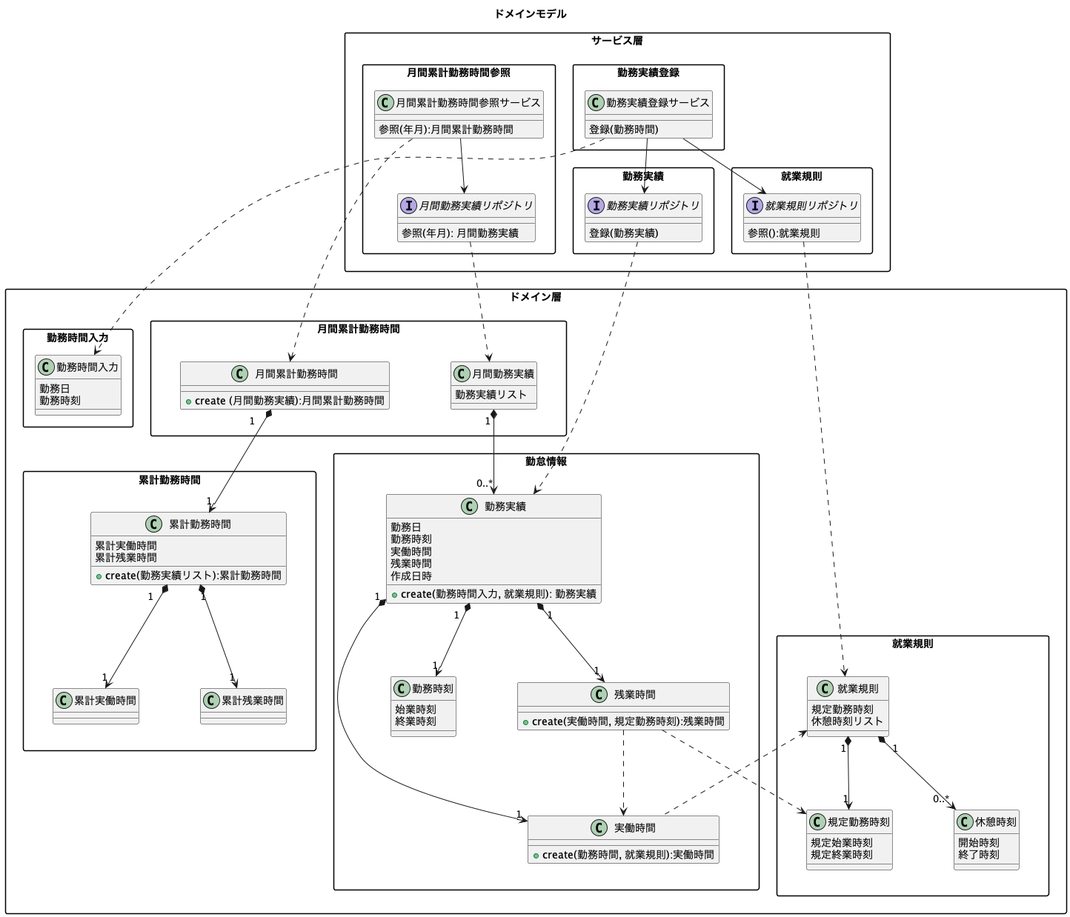
biglobe-isp/kintai keeps this PlantUML diagram as etc/design/domainmodel/kintai.png. Above is the earlier version.
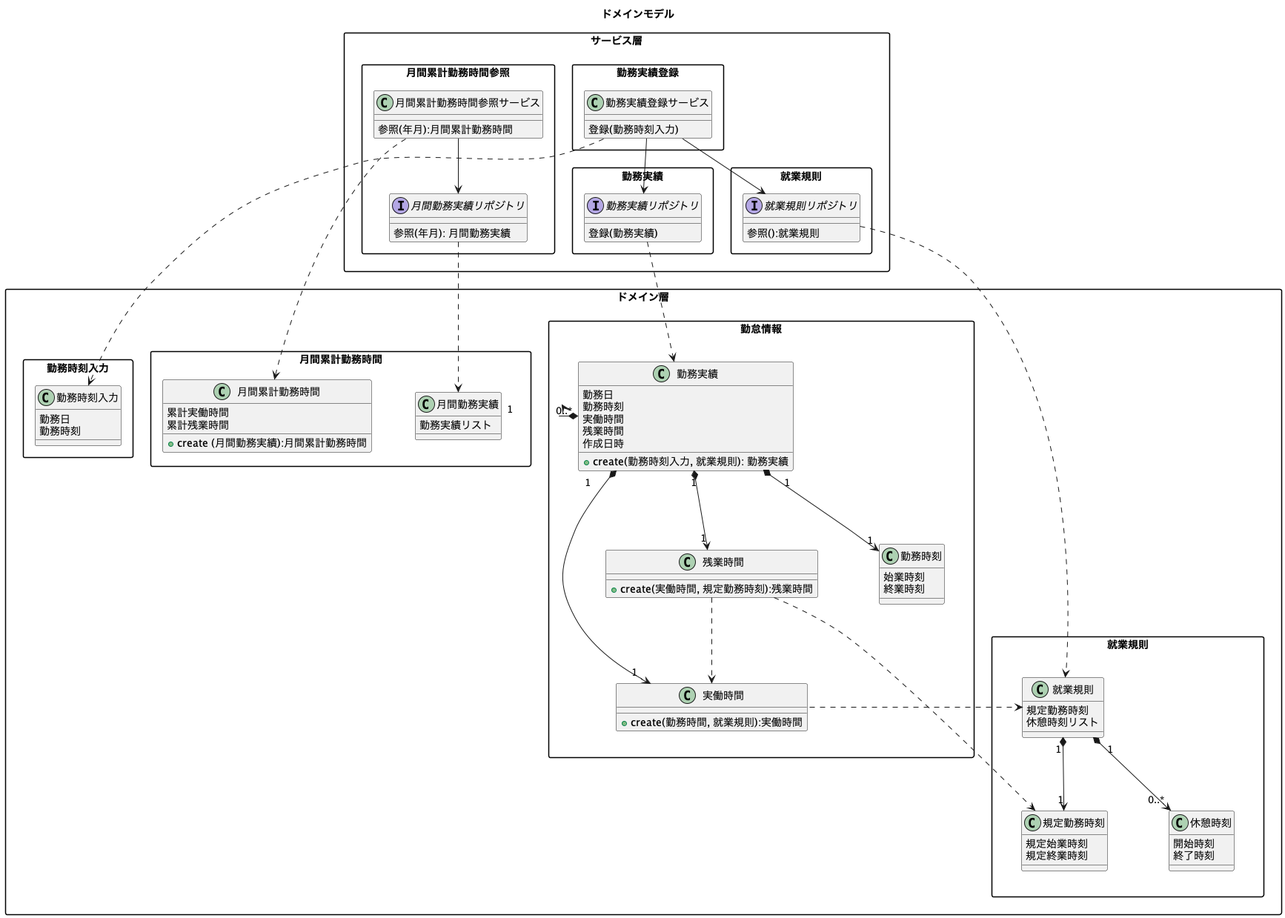
The same file after the commit.

Diff of the diagram source:
```diff
@@ -11,7 +11,7 @@
   }
   package 勤務実績登録 {
     class 勤務実績登録サービス {
-      登録(勤務時間)
+      登録(勤務時刻入力)
     }
   }
 
@@ -46,7 +46,7 @@
       実働時間
       残業時間
       作成日時
-      + create(勤務時間入力, 就業規則): 勤務実績
+      + create(勤務時刻入力, 就業規則): 勤務実績
     }
 
     class 実働時間 {
@@ -56,10 +56,6 @@
     class 残業時間 {
       + create(実働時間, 規定勤務時刻):残業時間
     }
-
-
-
-
   }
 
   package 就業規則 {
@@ -80,27 +76,20 @@
 
   }
 
-  package 勤務時間入力 {
-    class 勤務時間入力 {
+  package 勤務時刻入力 {
+    class 勤務時刻入力 {
       勤務日
       勤務時刻
     }
   }
 
-  package 累計勤務時間{
 
-    class 累計勤務時間 {
-      累計実働時間
-      累計残業時間
-      + create(勤務実績リスト):累計勤務時間
-    }
 
-    class 累計実働時間 {}
-    class 累計残業時間 {}
-  }
 
   package 月間累計勤務時間{
     class 月間累計勤務時間 {
+      累計実働時間
+      累計残業時間
       + create (月間勤務実績):月間累計勤務時間
     }
 
@@ -112,7 +101,7 @@
 }
 
 
-勤務実績登録サービス ..> 勤務時間入力
+勤務実績登録サービス ..> 勤務時刻入力
 勤務実績登録サービス --> 勤務実績リポジトリ
 勤務実績リポジトリ ..> 勤務実績
 
@@ -126,11 +115,8 @@
 月間累計勤務時間参照サービス ..> 月間累計勤務時間
 月間勤務実績リポジトリ ..> 月間勤務実績
 月間累計勤務時間参照サービス --> 月間勤務実績リポジトリ
-累計勤務時間 "1" *--> "1" 累計実働時間
-累計勤務時間 "1" *--> "1" 累計残業時間
 
-月間累計勤務時間 "1" *--> "1" 累計勤務時間
-月間勤務実績 "1" *--> "0..*" 勤務実績
+月間勤務実績 "1" *--r> "0..*" 勤務実績
 
 就業規則 "1" *--> "0..*" 休憩時刻
 就業規則 "1" *--> "1" 規定勤務時刻
```
